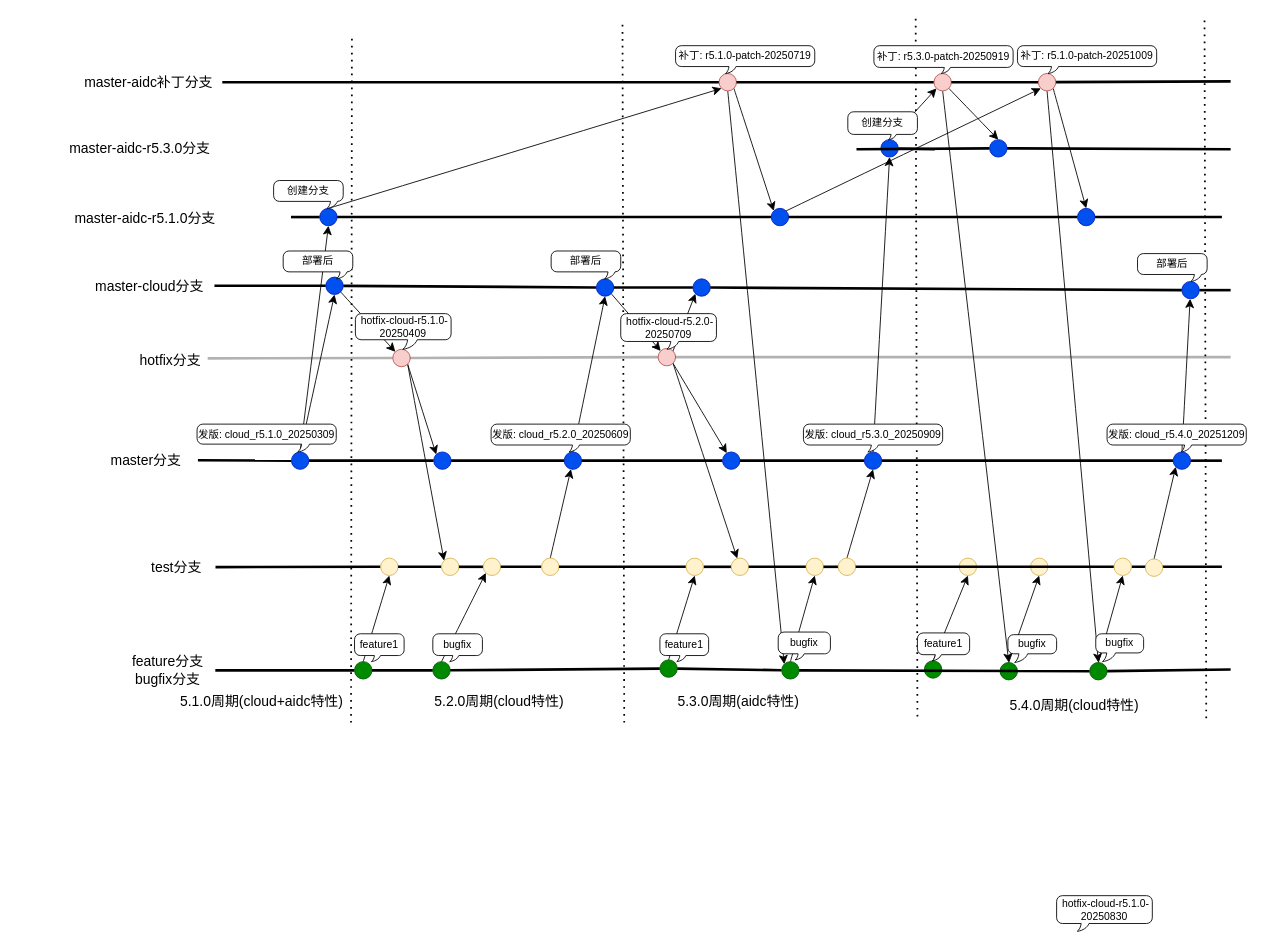
Earlier version of the draw.io diagram page "Page-3" (3 of 3) of 规范/公有云和智算中心分支流程.drawio (paochiang/draw). Source tidied: cells renumbered, new cells numbered last; positions are measured from the earlier drawing's top-left corner, leaving out a move shared by most shapes. Both pictures are drawn from the tidied source at 87%, with x=0, y=0 at pixel (57, 16).
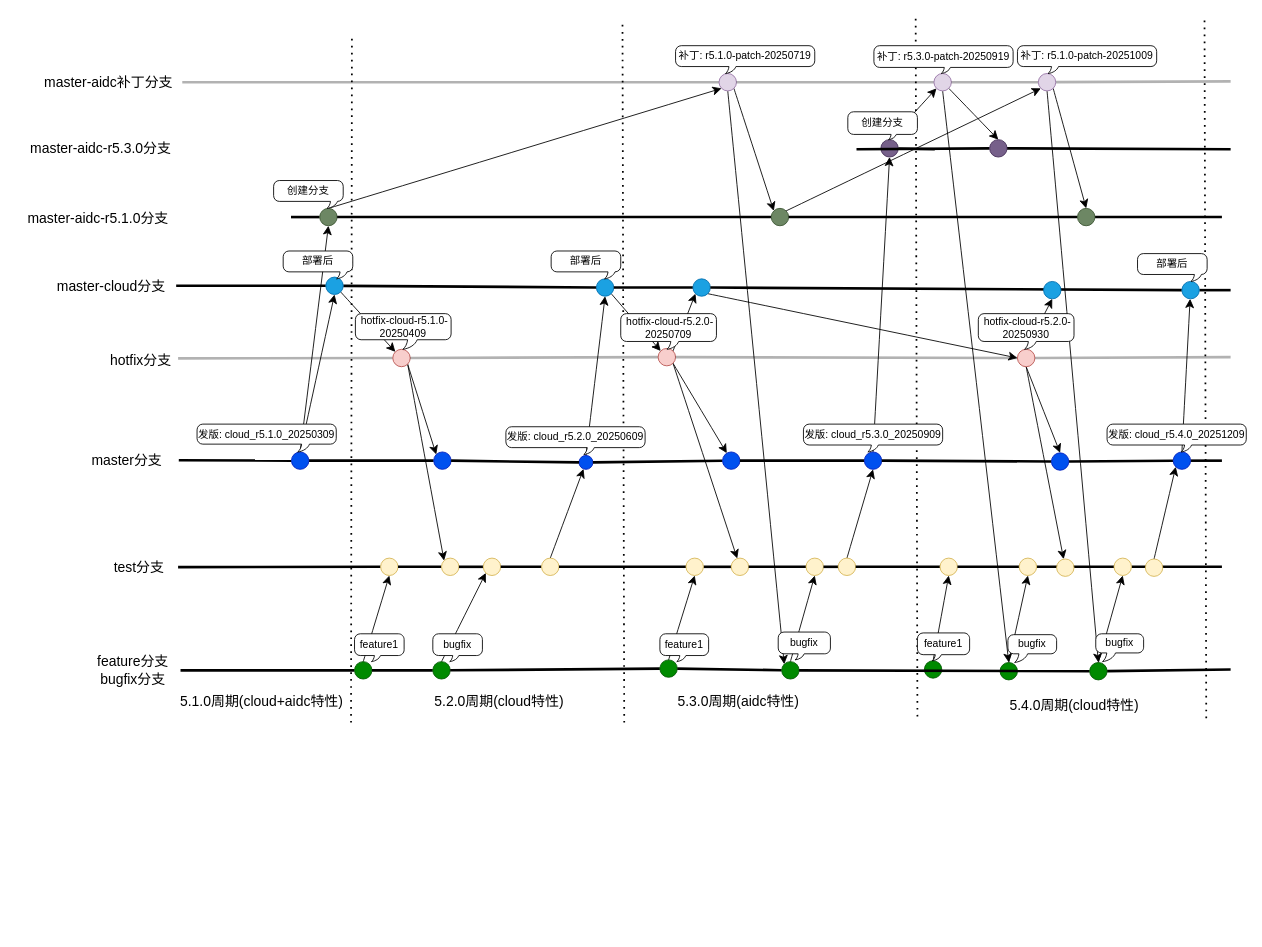
After the change.

Commit message (it also covers changes not shown here):
Update 公有云和智算中心分支流程.drawio

The change refers to these unchanged cells:
```xml
<mxCell id="36" style="ellipse;whiteSpace=wrap;html=1;fillColor=#f8cecc;strokeColor=#b85450;" parent="1" vertex="1">
  <mxGeometry x="691" y="382" width="20" height="20" as="geometry" />
</mxCell>
<mxCell id="83" style="ellipse;whiteSpace=wrap;html=1;fillColor=#0050ef;strokeColor=#001DBC;fontColor=#ffffff;" parent="1" vertex="1">
  <mxGeometry x="928" y="501" width="20" height="20" as="geometry" />
</mxCell>
<mxCell id="87" style="ellipse;whiteSpace=wrap;html=1;fillColor=#fff2cc;strokeColor=#d6b656;" parent="1" vertex="1">
  <mxGeometry x="898" y="623" width="20" height="20" as="geometry" />
</mxCell>
<mxCell id="127" style="ellipse;whiteSpace=wrap;html=1;fillColor=#0050ef;strokeColor=#001DBC;fontColor=#ffffff;" parent="1" vertex="1">
  <mxGeometry x="1283" y="501" width="20" height="20" as="geometry" />
</mxCell>
<mxCell id="135" style="ellipse;whiteSpace=wrap;html=1;fillColor=#fff2cc;strokeColor=#d6b656;" parent="1" vertex="1">
  <mxGeometry x="1215" y="623" width="20" height="20" as="geometry" />
</mxCell>
```

The edit, as a diff of the source:
```diff
@@
     <mxCell id="2" value="hotfix分支" style="text;html=1;align=center;verticalAlign=middle;points=[];strokeColor=none;fillColor=none;fontSize=16;" parent="1" vertex="1">
-      <mxGeometry x="85" y="381" width="90" height="30" as="geometry" />
+      <mxGeometry x="51" y="381" width="90" height="30" as="geometry" />
     </mxCell>
     <mxCell id="3" value="test分支" style="text;html=1;align=center;verticalAlign=middle;points=[];strokeColor=none;fillColor=none;fontSize=16;" parent="1" vertex="1">
-      <mxGeometry x="97" y="618" width="80" height="30" as="geometry" />
+      <mxGeometry x="54" y="618" width="80" height="30" as="geometry" />
     </mxCell>
@@
     <mxCell id="5" value="feature分支&lt;br&gt;bugfix分支" style="text;html=1;align=center;verticalAlign=middle;points=[];strokeColor=none;fillColor=none;fontSize=16;" parent="1" vertex="1">
-      <mxGeometry x="72" y="727" width="110" height="50" as="geometry" />
+      <mxGeometry x="32" y="727" width="110" height="50" as="geometry" />
     </mxCell>
@@
     <mxCell id="9" value="master分支" style="text;html=1;align=center;verticalAlign=middle;points=[];strokeColor=none;fillColor=none;fontSize=16;" parent="1" vertex="1">
-      <mxGeometry x="52" y="496" width="100" height="30" as="geometry" />
+      <mxGeometry x="30" y="496" width="100" height="30" as="geometry" />
     </mxCell>
@@
     <mxCell id="31" style="ellipse;whiteSpace=wrap;html=1;fillColor=#0050ef;strokeColor=#001DBC;fontColor=#ffffff;" parent="1" vertex="1">
-      <mxGeometry x="583" y="501" width="20" height="20" as="geometry" />
+      <mxGeometry x="600" y="505" width="16" height="16" as="geometry" />
     </mxCell>
@@
     <mxCell id="45" value="master-cloud分支" style="text;html=1;align=center;verticalAlign=middle;points=[];strokeColor=none;fillColor=none;fontSize=16;" parent="1" vertex="1">
-      <mxGeometry x="31" y="295" width="150" height="30" as="geometry" />
+      <mxGeometry x="-13" y="295" width="150" height="30" as="geometry" />
     </mxCell>
     <mxCell id="46" value="master-aidc-r5.1.0分支" style="text;html=1;align=center;verticalAlign=middle;strokeColor=none;fillColor=none;fontSize=16;" parent="1" vertex="1">
-      <mxGeometry x="6" y="217" width="190" height="30" as="geometry" />
+      <mxGeometry x="-48" y="217" width="190" height="30" as="geometry" />
     </mxCell>
@@
     <mxCell id="48" value="master-aidc-r5.3.0分支" style="text;html=1;align=center;verticalAlign=middle;strokeColor=none;fillColor=none;fontSize=16;" parent="1" vertex="1">
-      <mxGeometry y="137" width="190" height="30" as="geometry" />
+      <mxGeometry x="-45" y="137" width="190" height="30" as="geometry" />
     </mxCell>
@@
-    <mxCell id="58" style="ellipse;whiteSpace=wrap;html=1;fillColor=#0050ef;strokeColor=#001DBC;fontColor=#ffffff;" parent="1" vertex="1">
+    <mxCell id="58" style="ellipse;whiteSpace=wrap;html=1;fillColor=#6d8764;strokeColor=#3A5431;fontColor=#ffffff;" parent="1" vertex="1">
       <mxGeometry x="302" y="221" width="20" height="20" as="geometry" />
     </mxCell>
@@
-    <mxCell id="61" style="ellipse;whiteSpace=wrap;html=1;fillColor=#0050ef;strokeColor=#001DBC;fontColor=#ffffff;" parent="1" vertex="1">
+    <mxCell id="61" style="ellipse;whiteSpace=wrap;html=1;fillColor=#1ba1e2;strokeColor=#006EAF;fontColor=#ffffff;" parent="1" vertex="1">
       <mxGeometry x="620" y="302" width="20" height="20" as="geometry" />
     </mxCell>
@@
-    <mxCell id="63" style="endArrow=none;html=1;rounded=0;fontSize=12;startSize=8;endSize=8;curved=1;strokeWidth=3;opacity=30;" parent="1" edge="1" source="36">
+    <mxCell id="63" style="endArrow=none;html=1;rounded=0;fontSize=12;startSize=8;endSize=8;curved=1;strokeWidth=3;opacity=30;" parent="1" edge="1" source="158">
       <mxGeometry relative="1" as="geometry">
         <mxPoint x="1349" y="392" as="targetPoint" />
       </mxGeometry>
     </mxCell>
@@
+    <mxCell id="152" style="edgeStyle=none;curved=1;rounded=0;jettySize=auto;html=1;exitX=1;exitY=1;exitDx=0;exitDy=0;entryX=0;entryY=0.5;entryDx=0;entryDy=0;fontSize=12;startSize=8;endSize=8;" parent="1" edge="1" source="66" target="158">
+      <mxGeometry relative="1" as="geometry" />
+    </mxCell>
-    <mxCell id="66" style="ellipse;whiteSpace=wrap;html=1;fillColor=#0050ef;strokeColor=#001DBC;fontColor=#ffffff;" parent="1" vertex="1">
+    <mxCell id="66" style="ellipse;whiteSpace=wrap;html=1;fillColor=#1ba1e2;strokeColor=#006EAF;fontColor=#ffffff;" parent="1" vertex="1">
       <mxGeometry x="731" y="302" width="20" height="20" as="geometry" />
     </mxCell>
@@
-    <mxCell id="70" style="ellipse;whiteSpace=wrap;html=1;fillColor=#0050ef;strokeColor=#001DBC;fontColor=#ffffff;" parent="1" vertex="1">
+    <mxCell id="70" style="ellipse;whiteSpace=wrap;html=1;fillColor=#6d8764;strokeColor=#3A5431;fontColor=#ffffff;" parent="1" vertex="1">
       <mxGeometry x="821" y="221" width="20" height="20" as="geometry" />
     </mxCell>
@@
     <mxCell id="90" value="发版: cloud_r5.2.0_20250609" style="whiteSpace=wrap;html=1;shape=mxgraph.basic.roundRectCallout;dx=97.53;dy=8;size=6.6;boundedLbl=1;" parent="1" vertex="1">
-      <mxGeometry x="499" y="469" width="160" height="32" as="geometry" />
+      <mxGeometry x="516" y="472" width="160" height="32" as="geometry" />
     </mxCell>
@@
-    <mxCell id="93" value="&amp;nbsp;hotfix-cloud-r5.1.0-20250830" style="whiteSpace=wrap;html=1;shape=mxgraph.basic.roundRectCallout;dx=32.73;dy=9;size=6.6;boundedLbl=1;" parent="1" vertex="1">
-      <mxGeometry x="1149" y="1011" width="110" height="41" as="geometry" />
-    </mxCell>
@@
     <mxCell id="95" value="master-aidc补丁分支" style="text;html=1;align=center;verticalAlign=middle;points=[];strokeColor=none;fillColor=none;fontSize=16;" parent="1" vertex="1">
-      <mxGeometry x="20" y="61" width="170" height="30" as="geometry" />
+      <mxGeometry x="-26" y="61" width="170" height="30" as="geometry" />
     </mxCell>
-    <mxCell id="96" style="endArrow=none;html=1;rounded=0;fontSize=12;startSize=8;endSize=8;curved=1;strokeWidth=3;" parent="1" edge="1" source="115">
+    <mxCell id="96" style="endArrow=none;html=1;rounded=0;fontSize=12;startSize=8;endSize=8;curved=1;strokeWidth=3;opacity=30;" parent="1" edge="1" source="115">
       <mxGeometry relative="1" as="geometry">
         <mxPoint x="1349" y="75" as="targetPoint" />
       </mxGeometry>
     </mxCell>
@@
-    <mxCell id="98" style="ellipse;whiteSpace=wrap;html=1;fillColor=#0050ef;strokeColor=#001DBC;fontColor=#ffffff;" parent="1" vertex="1">
+    <mxCell id="98" style="ellipse;whiteSpace=wrap;html=1;fillColor=#1ba1e2;strokeColor=#006EAF;fontColor=#ffffff;" parent="1" vertex="1">
       <mxGeometry x="309" y="300" width="20" height="20" as="geometry" />
     </mxCell>
-    <mxCell id="99" style="endArrow=none;html=1;rounded=0;fontSize=12;startSize=8;endSize=8;curved=1;strokeWidth=3;" parent="1" edge="1" source="95" target="102">
+    <mxCell id="99" style="endArrow=none;html=1;rounded=0;fontSize=12;startSize=8;endSize=8;curved=1;strokeWidth=3;opacity=30;" parent="1" edge="1" source="95" target="102">
       <mxGeometry relative="1" as="geometry" />
     </mxCell>
@@
-    <mxCell id="102" style="ellipse;whiteSpace=wrap;html=1;fillColor=#f8cecc;strokeColor=#b85450;" parent="1" vertex="1">
+    <mxCell id="102" style="ellipse;whiteSpace=wrap;html=1;fillColor=#e1d5e7;strokeColor=#9673a6;" parent="1" vertex="1">
       <mxGeometry x="761" y="66" width="20" height="20" as="geometry" />
     </mxCell>
@@
-    <mxCell id="104" style="ellipse;whiteSpace=wrap;html=1;fillColor=#0050ef;strokeColor=#001DBC;fontColor=#ffffff;" parent="1" vertex="1">
+    <mxCell id="104" style="ellipse;whiteSpace=wrap;html=1;fillColor=#76608a;strokeColor=#432D57;fontColor=#ffffff;" parent="1" vertex="1">
       <mxGeometry x="947" y="142" width="20" height="20" as="geometry" />
     </mxCell>
@@
-    <mxCell id="106" style="endArrow=none;html=1;rounded=0;fontSize=12;startSize=8;endSize=8;curved=1;strokeWidth=3;" parent="1" edge="1" source="102" target="109">
+    <mxCell id="106" style="endArrow=none;html=1;rounded=0;fontSize=12;startSize=8;endSize=8;curved=1;strokeWidth=3;opacity=30;" parent="1" edge="1" source="102" target="109">
       <mxGeometry relative="1" as="geometry" />
     </mxCell>
@@
-    <mxCell id="109" style="ellipse;whiteSpace=wrap;html=1;fillColor=#f8cecc;strokeColor=#b85450;" parent="1" vertex="1">
+    <mxCell id="109" style="ellipse;whiteSpace=wrap;html=1;fillColor=#e1d5e7;strokeColor=#9673a6;" parent="1" vertex="1">
       <mxGeometry x="1008" y="66" width="20" height="20" as="geometry" />
     </mxCell>
@@
-    <mxCell id="111" style="ellipse;whiteSpace=wrap;html=1;fillColor=#0050ef;strokeColor=#001DBC;fontColor=#ffffff;" parent="1" vertex="1">
+    <mxCell id="111" style="ellipse;whiteSpace=wrap;html=1;fillColor=#76608a;strokeColor=#432D57;fontColor=#ffffff;" parent="1" vertex="1">
       <mxGeometry x="1072" y="142" width="20" height="20" as="geometry" />
     </mxCell>
-    <mxCell id="112" style="endArrow=none;html=1;rounded=0;fontSize=12;startSize=8;endSize=8;curved=1;strokeWidth=3;" parent="1" edge="1" source="109" target="115">
+    <mxCell id="112" style="endArrow=none;html=1;rounded=0;fontSize=12;startSize=8;endSize=8;curved=1;strokeWidth=3;opacity=30;" parent="1" edge="1" source="109" target="115">
       <mxGeometry relative="1" as="geometry" />
     </mxCell>
@@
-    <mxCell id="115" style="ellipse;whiteSpace=wrap;html=1;fillColor=#f8cecc;strokeColor=#b85450;" parent="1" vertex="1">
+    <mxCell id="115" style="ellipse;whiteSpace=wrap;html=1;fillColor=#e1d5e7;strokeColor=#9673a6;" parent="1" vertex="1">
       <mxGeometry x="1128" y="66" width="20" height="20" as="geometry" />
     </mxCell>
@@
-    <mxCell id="117" style="ellipse;whiteSpace=wrap;html=1;fillColor=#0050ef;strokeColor=#001DBC;fontColor=#ffffff;" parent="1" vertex="1">
+    <mxCell id="117" style="ellipse;whiteSpace=wrap;html=1;fillColor=#6d8764;strokeColor=#3A5431;fontColor=#ffffff;" parent="1" vertex="1">
       <mxGeometry x="1173" y="221" width="20" height="20" as="geometry" />
     </mxCell>
@@
-    <mxCell id="122" style="ellipse;whiteSpace=wrap;html=1;fillColor=#fff2cc;strokeColor=#d6b656;" parent="1" vertex="1">
-      <mxGeometry x="1037" y="623" width="20" height="20" as="geometry" />
-    </mxCell>
@@
-    <mxCell id="124" style="ellipse;whiteSpace=wrap;html=1;fillColor=#fff2cc;strokeColor=#d6b656;" parent="1" vertex="1">
-      <mxGeometry x="1119" y="623" width="20" height="20" as="geometry" />
-    </mxCell>
-    <mxCell id="125" style="endArrow=none;html=1;rounded=0;fontSize=12;startSize=8;endSize=8;curved=1;strokeWidth=3;" parent="1" edge="1" source="83" target="127">
+    <mxCell id="125" style="endArrow=none;html=1;rounded=0;fontSize=12;startSize=8;endSize=8;curved=1;strokeWidth=3;" parent="1" edge="1" source="164" target="127">
       <mxGeometry relative="1" as="geometry" />
     </mxCell>
@@
-    <mxCell id="129" style="ellipse;whiteSpace=wrap;html=1;fillColor=#0050ef;strokeColor=#001DBC;fontColor=#ffffff;" parent="1" vertex="1">
+    <mxCell id="129" style="ellipse;whiteSpace=wrap;html=1;fillColor=#1ba1e2;strokeColor=#006EAF;fontColor=#ffffff;" parent="1" vertex="1">
       <mxGeometry x="1293" y="305" width="20" height="20" as="geometry" />
     </mxCell>
@@
-    <mxCell id="134" style="endArrow=none;html=1;rounded=0;fontSize=12;startSize=8;endSize=8;curved=1;strokeWidth=3;" parent="1" edge="1" source="87" target="135">
+    <mxCell id="134" style="endArrow=none;html=1;rounded=0;fontSize=12;startSize=8;endSize=8;curved=1;strokeWidth=3;" parent="1" edge="1" source="124" target="135">
       <mxGeometry relative="1" as="geometry" />
     </mxCell>
@@
+    <mxCell id="153" style="ellipse;whiteSpace=wrap;html=1;fillColor=#1ba1e2;strokeColor=#006EAF;fontColor=#ffffff;" parent="1" vertex="1">
+      <mxGeometry x="1134" y="305" width="20" height="20" as="geometry" />
+    </mxCell>
+    <mxCell id="154" style="endArrow=none;html=1;rounded=0;fontSize=12;startSize=8;endSize=8;curved=1;strokeWidth=3;opacity=30;" parent="1" edge="1" source="36" target="158">
+      <mxGeometry relative="1" as="geometry" />
+    </mxCell>
+    <mxCell id="155" style="edgeStyle=none;curved=1;rounded=0;jettySize=auto;html=1;exitX=0.5;exitY=0;exitDx=0;exitDy=0;entryX=0.5;entryY=1;entryDx=0;entryDy=0;fontSize=12;startSize=8;endSize=8;" parent="1" edge="1" source="158" target="153">
+      <mxGeometry relative="1" as="geometry" />
+    </mxCell>
+    <mxCell id="156" style="edgeStyle=none;curved=1;rounded=0;jettySize=auto;html=1;exitX=0.5;exitY=1;exitDx=0;exitDy=0;fontSize=12;startSize=8;endSize=8;" parent="1" edge="1" source="158" target="161">
+      <mxGeometry relative="1" as="geometry" />
+    </mxCell>
+    <mxCell id="157" style="edgeStyle=none;curved=1;rounded=0;jettySize=auto;html=1;exitX=0.5;exitY=1;exitDx=0;exitDy=0;entryX=0.5;entryY=0;entryDx=0;entryDy=0;fontSize=12;startSize=8;endSize=8;" parent="1" edge="1" source="158" target="164">
+      <mxGeometry relative="1" as="geometry" />
+    </mxCell>
+    <mxCell id="158" style="ellipse;whiteSpace=wrap;html=1;fillColor=#f8cecc;strokeColor=#b85450;" parent="1" vertex="1">
+      <mxGeometry x="1104" y="383" width="20" height="20" as="geometry" />
+    </mxCell>
+    <mxCell id="159" style="endArrow=none;html=1;rounded=0;fontSize=12;startSize=8;endSize=8;curved=1;strokeWidth=3;" parent="1" edge="1" source="87" target="122">
+      <mxGeometry relative="1" as="geometry" />
+    </mxCell>
+    <mxCell id="122" style="ellipse;whiteSpace=wrap;html=1;fillColor=#fff2cc;strokeColor=#d6b656;" parent="1" vertex="1">
+      <mxGeometry x="1015" y="623" width="20" height="20" as="geometry" />
+    </mxCell>
+    <mxCell id="160" style="endArrow=none;html=1;rounded=0;fontSize=12;startSize=8;endSize=8;curved=1;strokeWidth=3;" parent="1" edge="1" source="122" target="124">
+      <mxGeometry relative="1" as="geometry" />
+    </mxCell>
+    <mxCell id="124" style="ellipse;whiteSpace=wrap;html=1;fillColor=#fff2cc;strokeColor=#d6b656;" parent="1" vertex="1">
+      <mxGeometry x="1106" y="623" width="20" height="20" as="geometry" />
+    </mxCell>
+    <mxCell id="161" style="ellipse;whiteSpace=wrap;html=1;fillColor=#fff2cc;strokeColor=#d6b656;" parent="1" vertex="1">
+      <mxGeometry x="1149" y="624" width="20" height="20" as="geometry" />
+    </mxCell>
+    <mxCell id="162" value="&amp;nbsp;hotfix-cloud-r5.2.0-20250930" style="whiteSpace=wrap;html=1;shape=mxgraph.basic.roundRectCallout;dx=62.07;dy=9;size=6.6;boundedLbl=1;" parent="1" vertex="1">
+      <mxGeometry x="1059" y="342" width="110" height="41" as="geometry" />
+    </mxCell>
+    <mxCell id="163" style="endArrow=none;html=1;rounded=0;fontSize=12;startSize=8;endSize=8;curved=1;strokeWidth=3;" parent="1" edge="1" source="83" target="164">
+      <mxGeometry relative="1" as="geometry" />
+    </mxCell>
+    <mxCell id="164" style="ellipse;whiteSpace=wrap;html=1;fillColor=#0050ef;strokeColor=#001DBC;fontColor=#ffffff;" parent="1" vertex="1">
+      <mxGeometry x="1143" y="502" width="20" height="20" as="geometry" />
+    </mxCell>
```
